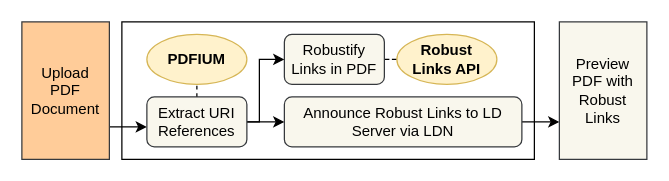
This is page "Functional Diagram" (1 of 4) of docs/_static/flowchart.drawio from yasithdev/pdf-links-service, a draw.io file, before an edit. Source tidied: cells renumbered, new cells numbered last; positions are measured from the earlier drawing's top-left corner, leaving out a move shared by most shapes. Both pictures are drawn from the tidied source at 125%, with x=0, y=0 at pixel (21, 21).
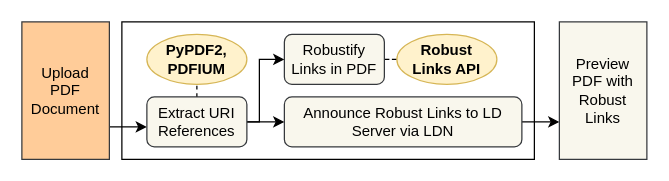
Above is the later version.

Diff of the diagram source:
```diff
@@
-    <mxCell id="9" value="PDFIUM" style="ellipse;whiteSpace=wrap;html=1;fontSize=12;align=center;fillColor=#fff2cc;strokeColor=#d6b656;fontStyle=1;" parent="1" vertex="1">
+    <mxCell id="9" value="PyPDF2,&lt;br&gt;PDFIUM" style="ellipse;whiteSpace=wrap;html=1;fontSize=12;align=center;fillColor=#fff2cc;strokeColor=#d6b656;fontStyle=1;" parent="1" vertex="1">
       <mxGeometry x="100" y="10" width="80" height="40" as="geometry" />
     </mxCell>
```
